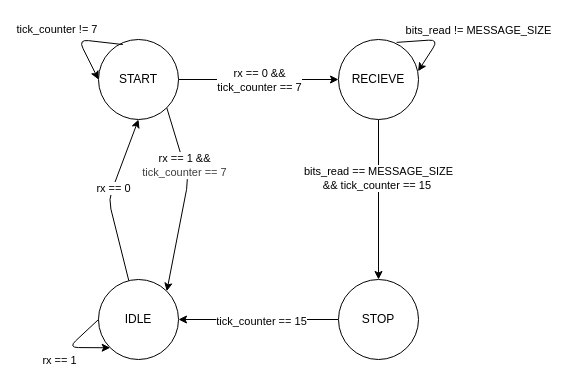
Earlier version of the draw.io diagram uart_fsm.drawio (benpegg23/bpTPU). Source tidied: cells renumbered, new cells numbered last; positions are measured from the earlier drawing's top-left corner, leaving out a move shared by most shapes. Both pictures are drawn from the tidied source at 100%, with x=0, y=0 at pixel (68, 39).
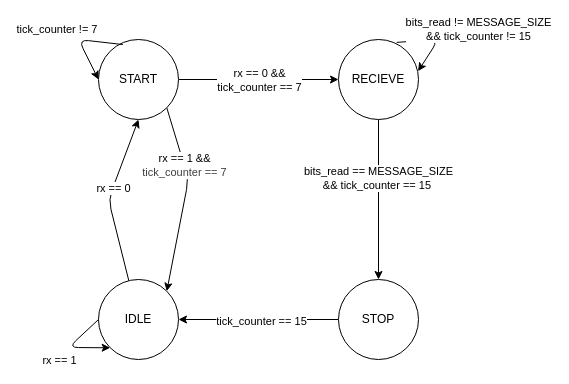
Above is the later version.

The change refers to these unchanged cells:
```xml
<mxCell id="18" style="edgeStyle=none;html=1;exitX=0.727;exitY=0.036;exitDx=0;exitDy=0;entryX=0.995;entryY=0.396;entryDx=0;entryDy=0;entryPerimeter=0;exitPerimeter=0;" parent="1" edge="1" source="4" target="4">
  <mxGeometry relative="1" as="geometry">
    <Array as="points">
      <mxPoint x="370" />
    </Array>
  </mxGeometry>
</mxCell>
```

The edit, as a diff of the source:
```diff
@@
-    <mxCell id="19" value="bits_read != MESSAGE_SIZE" style="edgeLabel;html=1;align=center;verticalAlign=middle;" parent="18" vertex="1">
+    <mxCell id="19" value="bits_read != MESSAGE_SIZE&lt;div&gt;&amp;amp;&amp;amp; tick_counter != 15&lt;/div&gt;" style="edgeLabel;html=1;align=center;verticalAlign=middle;" parent="18" vertex="1">
       <mxGeometry x="0.27" y="-3" relative="1" as="geometry">
-        <mxPoint x="47" y="-15" as="offset" />
+        <mxPoint x="47" y="-16" as="offset" />
       </mxGeometry>
     </mxCell>
```
